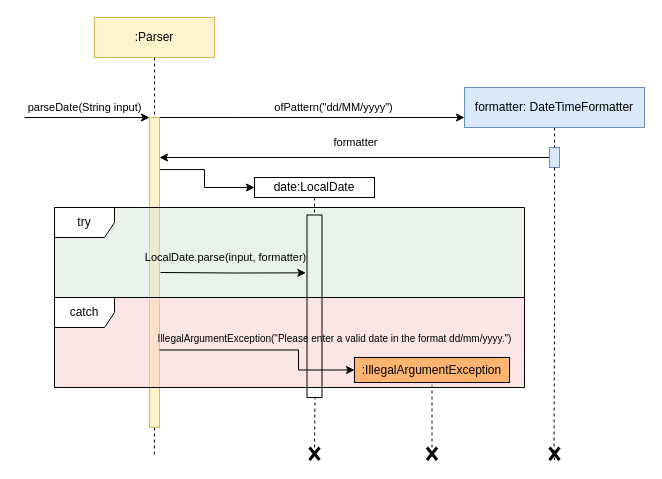
nus-cs2113-AY2223S2/tp keeps this draw.io diagram as docs/UML/parseDate.drawio. Above is the earlier version. Source tidied: cells renumbered, new cells numbered last; positions are measured from the earlier drawing's top-left corner, leaving out a move shared by most shapes. Both pictures are drawn from the tidied source at 100%, with x=0, y=0 at pixel (24, 17).
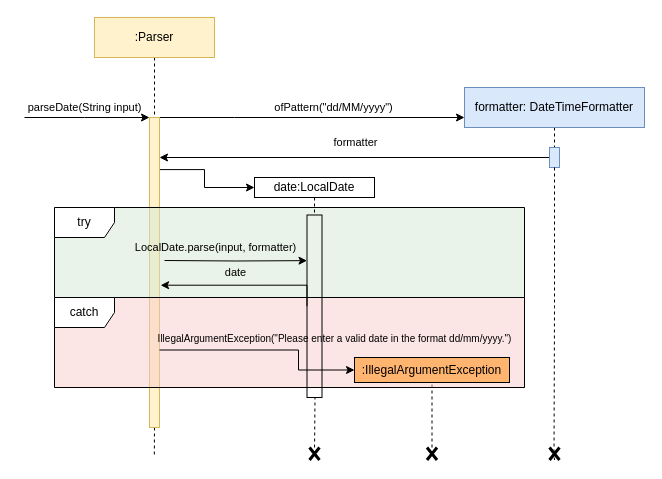
The same page after the edit.

The change refers to these unchanged cells:
```xml
<mxCell id="7" style="rounded=0;whiteSpace=wrap;html=1;labelBackgroundColor=none;fillColor=#fff2cc;strokeColor=#d6b656;" parent="1" vertex="1">
  <mxGeometry x="125" y="100" width="10" height="310" as="geometry" />
</mxCell>
<mxCell id="30" style="rounded=0;whiteSpace=wrap;html=1;fillColor=none;" parent="1" vertex="1">
  <mxGeometry x="282.5" y="197.5" width="15" height="182.5" as="geometry" />
</mxCell>
```

Diff of the diagram source:
```diff
@@
-    <mxCell id="29" value="LocalDate.parse(input, formatter)" style="edgeStyle=orthogonalEdgeStyle;rounded=0;jettySize=auto;html=1;entryX=-0.075;entryY=0.317;entryDx=0;entryDy=0;labelBackgroundColor=none;entryPerimeter=0;" parent="1" edge="1" target="30">
-      <mxGeometry x="-0.12" y="15" relative="1" as="geometry">
-        <mxPoint x="136" y="255" as="sourcePoint" />
+    <mxCell id="29" value="LocalDate.parse(input, formatter)" style="edgeStyle=orthogonalEdgeStyle;rounded=0;jettySize=auto;html=1;entryX=0;entryY=0.25;entryDx=0;entryDy=0;labelBackgroundColor=none;" parent="1" edge="1" target="30">
+      <mxGeometry x="-0.3" y="13" relative="1" as="geometry">
+        <mxPoint x="140" y="243" as="sourcePoint" />
         <mxPoint x="1" as="offset" />
       </mxGeometry>
     </mxCell>
+    <mxCell id="32" value="date" style="edgeStyle=orthogonalEdgeStyle;rounded=0;jettySize=auto;html=1;exitX=0;exitY=0.5;exitDx=0;exitDy=0;entryX=1.112;entryY=0.541;entryDx=0;entryDy=0;entryPerimeter=0;labelBackgroundColor=none;" parent="1" edge="1" source="30" target="7">
+      <mxGeometry x="0.12" y="-13" relative="1" as="geometry">
+        <Array as="points">
+          <mxPoint x="282" y="268" />
+        </Array>
+        <mxPoint x="1" as="offset" />
+      </mxGeometry>
+    </mxCell>
```
